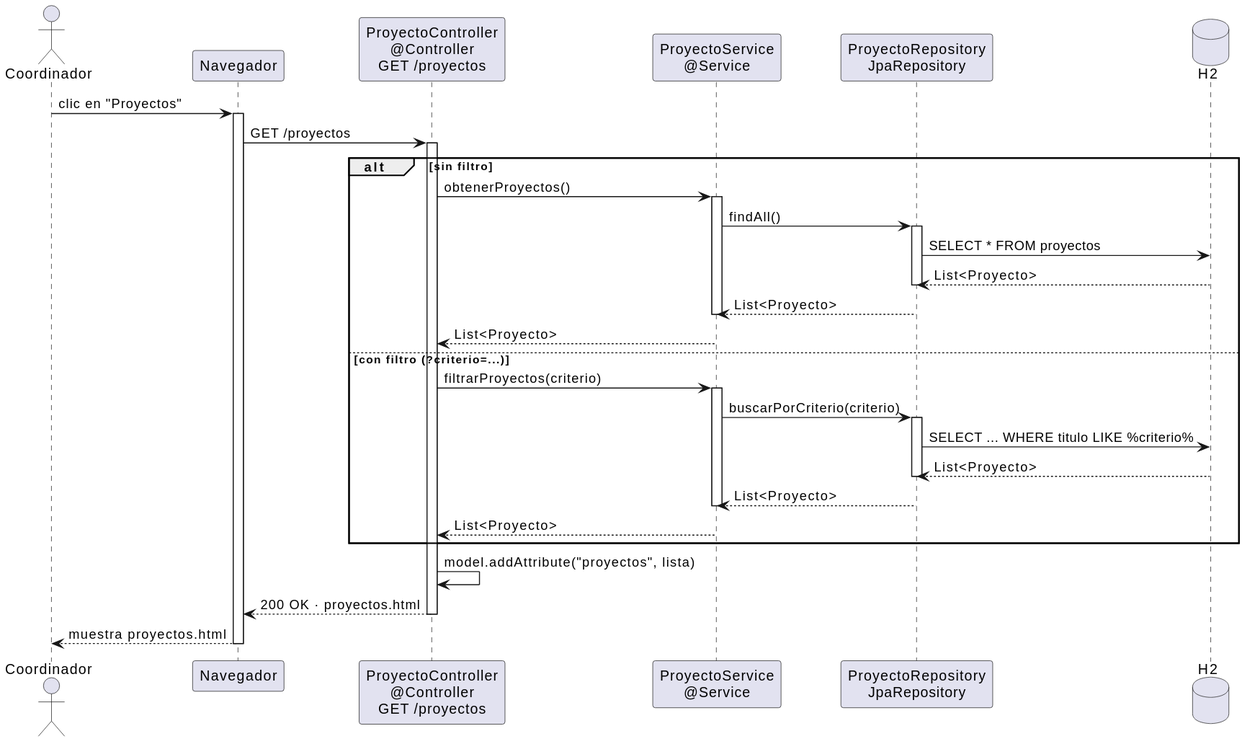
Earlier version of the PlantUML export images/diseño/coordinador/abrirProyectos-diseño.svg (31Diego/25-26-idsw2-sdVC).
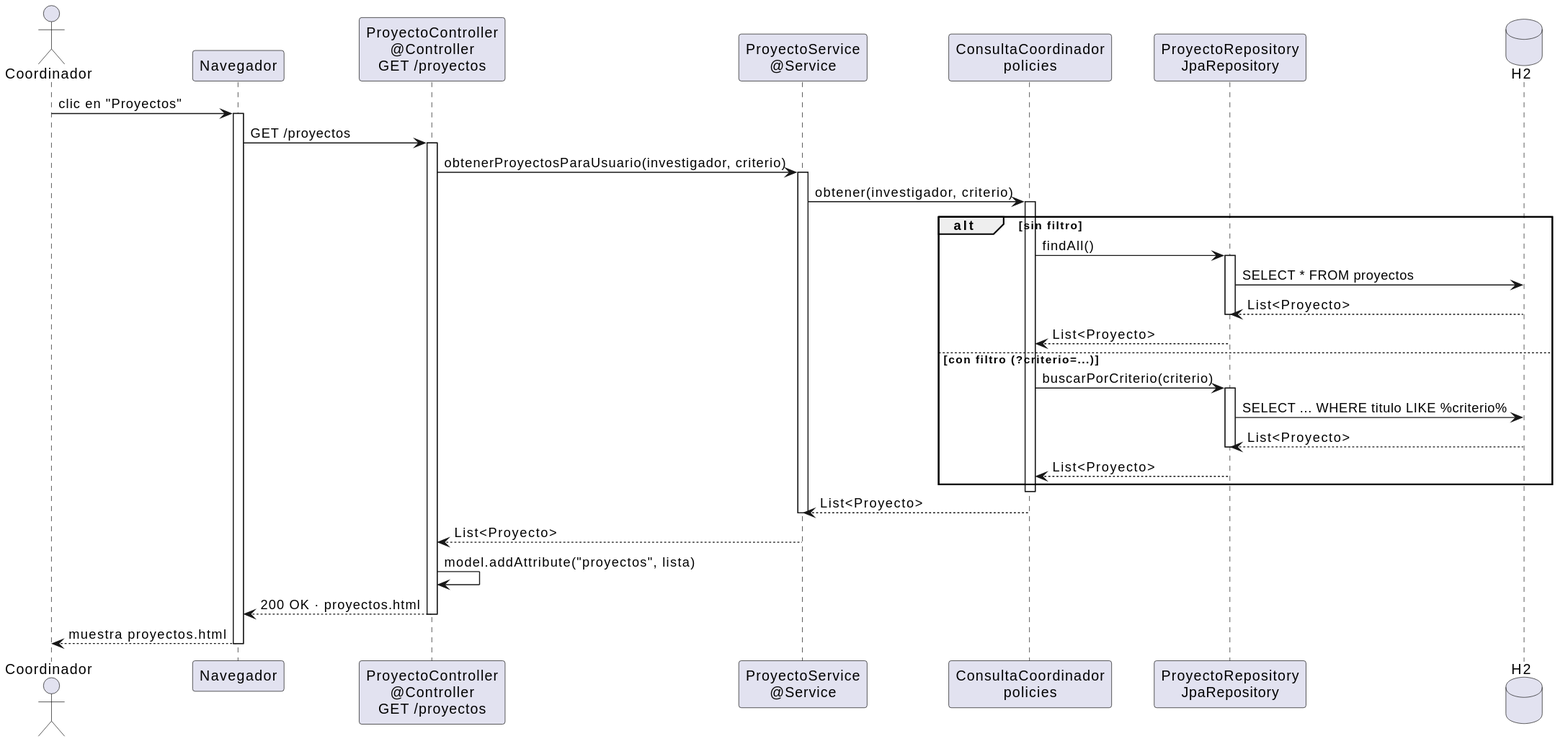
After the commit.

Change to the diagram source:
```diff
@@ -5,6 +5,7 @@
 participant "Navegador" as Nav
 participant "ProyectoController\n@Controller\nGET /proyectos" as Ctrl
 participant "ProyectoService\n@Service" as Service
+participant "ConsultaCoordinador\npolicies" as Consulta
 participant "ProyectoRepository\nJpaRepository" as Repo
 database "H2" as DB
 
@@ -13,29 +14,29 @@
 Nav -> Ctrl : GET /proyectos
 activate Ctrl
 
+Ctrl -> Service : obtenerProyectosParaUsuario(investigador, criterio)
+activate Service
+Service -> Consulta : obtener(investigador, criterio)
+activate Consulta
 alt sin filtro
-    Ctrl -> Service : obtenerProyectos()
-    activate Service
-    Service -> Repo : findAll()
+    Consulta -> Repo : findAll()
     activate Repo
     Repo -> DB : SELECT * FROM proyectos
     DB --> Repo : List<Proyecto>
     deactivate Repo
-    Repo --> Service : List<Proyecto>
-    deactivate Service
-    Service --> Ctrl : List<Proyecto>
+    Repo --> Consulta : List<Proyecto>
 else con filtro (?criterio=...)
-    Ctrl -> Service : filtrarProyectos(criterio)
-    activate Service
-    Service -> Repo : buscarPorCriterio(criterio)
+    Consulta -> Repo : buscarPorCriterio(criterio)
     activate Repo
     Repo -> DB : SELECT ... WHERE titulo LIKE %criterio%
     DB --> Repo : List<Proyecto>
     deactivate Repo
-    Repo --> Service : List<Proyecto>
-    deactivate Service
-    Service --> Ctrl : List<Proyecto>
+    Repo --> Consulta : List<Proyecto>
 end
+deactivate Consulta
+Consulta --> Service : List<Proyecto>
+deactivate Service
+Service --> Ctrl : List<Proyecto>
 
 Ctrl -> Ctrl : model.addAttribute("proyectos", lista)
 Ctrl --> Nav : 200 OK · proyectos.html
```
